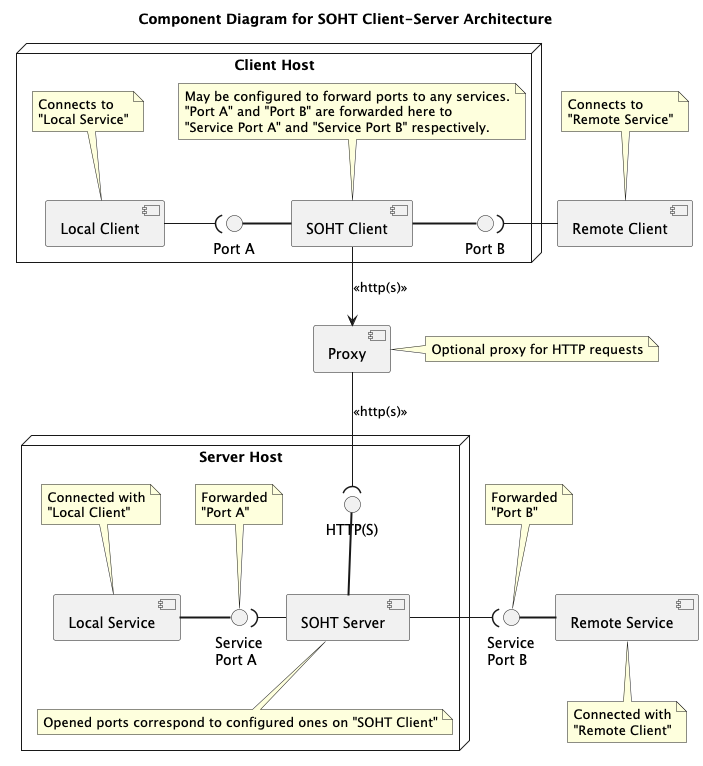
The PlantUML diagram doc/components.png in domax/soht2, before a commit. Its diagram source:
```plantuml
@startuml
title Component Diagram for SOHT Client-Server Architecture

node "Client Host" {
  interface "Port A" as CPA
  interface "Port B" as CPB

  component "Local Client" as CA
  note top of CA {
    Connects to
    "Local Service"
  }

  component "SOHT Client" as SOHTC
  note top of SOHTC {
   May be configured to forward ports to any services.
   "Port A" and "Port B" are forwarded here to
   "Service Port A" and "Service Port B" respectively.
  }

  CPA = SOHTC
  SOHTC = CPB

  CA -( CPA
}

component "Remote Client" as CB
note top of CB {
  Connects to
  "Remote Service"
}
CPB )- CB

node "Server Host" {
  interface "HTTP(S)" as HTTPS

  interface "Service\nPort A" as SPA
  note top of SPA {
    Forwarded
    "Port A"
  }

  component "Local Service" as SA
  note top of SA {
    Connected with
    "Local Client"
  }

  component "SOHT Server" as SOHTS
  note bottom of SOHTS {
    Opened ports correspond to configured ones on "SOHT Client"
  }

  HTTPS == SOHTS
  SA = SPA
  SPA )- SOHTS
}

interface "Service\nPort B" as SPB
note top of SPB {
  Forwarded
  "Port B"
}
component "Remote Service" as SB
note bottom of SB {
  Connected with
  "Remote Client"
}
SPB = SB
SOHTS -( SPB

SOHTC --> [Proxy]: <<http(s)>>
[Proxy] --( HTTPS: <<http(s)>>
note right of Proxy {
  Optional proxy for HTTP requests
}

@enduml
```
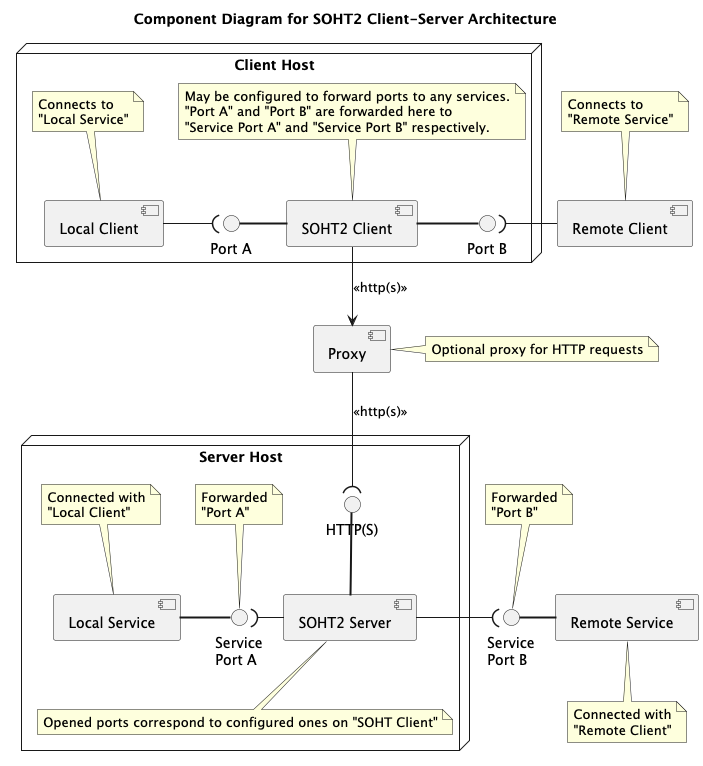
The same diagram one commit later.

Change to the diagram source:
```diff
@@ -1,5 +1,5 @@
 @startuml
-title Component Diagram for SOHT Client-Server Architecture
+title Component Diagram for SOHT2 Client-Server Architecture
 
 node "Client Host" {
   interface "Port A" as CPA
@@ -11,7 +11,7 @@
     "Local Service"
   }
 
-  component "SOHT Client" as SOHTC
+  component "SOHT2 Client" as SOHTC
   note top of SOHTC {
    May be configured to forward ports to any services.
    "Port A" and "Port B" are forwarded here to
@@ -46,7 +46,7 @@
     "Local Client"
   }
 
-  component "SOHT Server" as SOHTS
+  component "SOHT2 Server" as SOHTS
   note bottom of SOHTS {
     Opened ports correspond to configured ones on "SOHT Client"
   }
```
